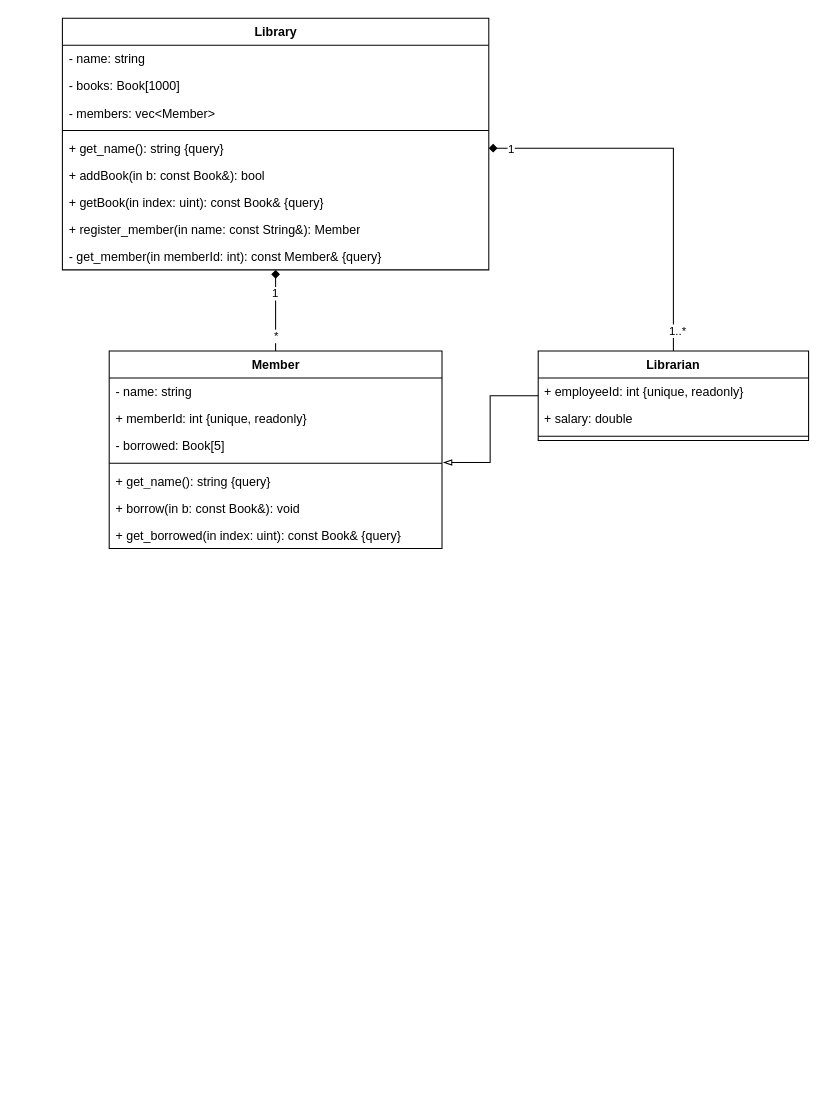
The draw.io diagram courses/coding-in-C++/Lab_3/my_solution/section3.drawio in kataranum/study-code, before the edit. Source tidied: cells renumbered, new cells numbered last; positions are measured from the earlier drawing's top-left corner, leaving out a move shared by most shapes. Both pictures are drawn from the tidied source at 104%, with x=0, y=0 at pixel (61, 18).
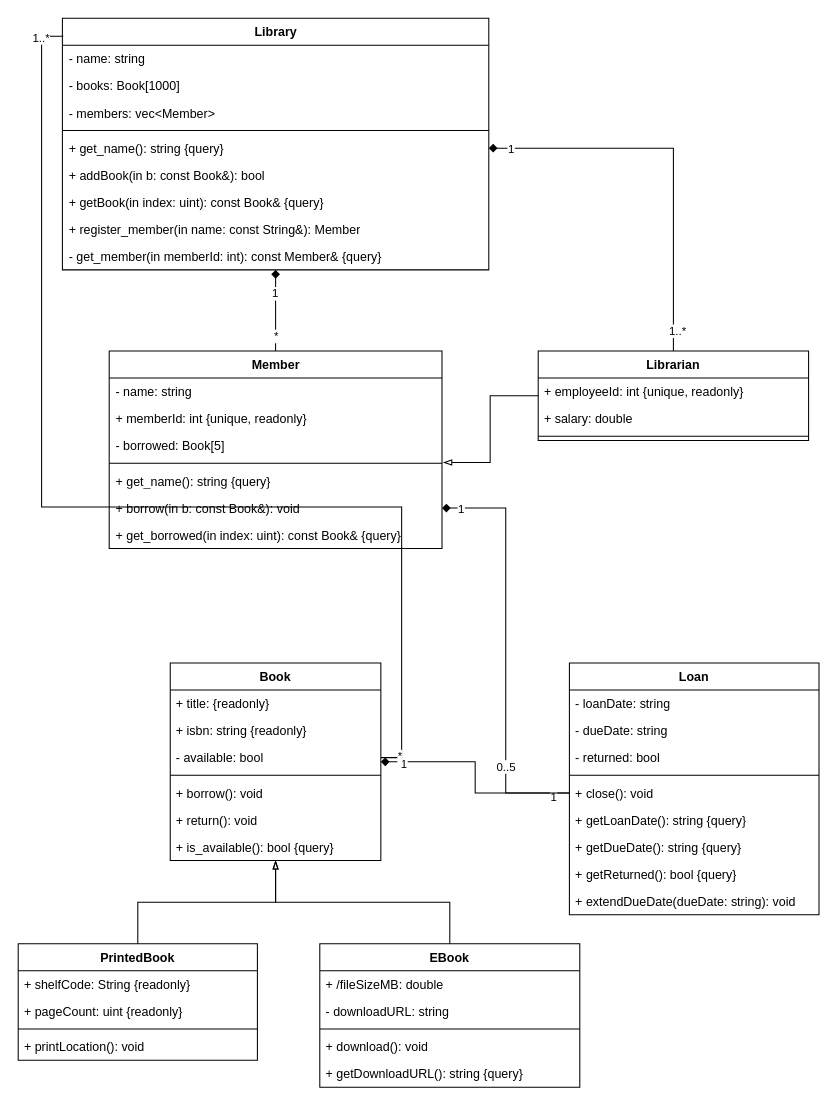
After the change.

The change refers to these unchanged cells:
```xml
<mxCell id="2" value="Library" style="swimlane;fontStyle=1;align=center;verticalAlign=top;horizontal=1;startSize=26;whiteSpace=wrap;html=1;" parent="1" vertex="1">
  <mxGeometry x="0.5" width="410" height="242" as="geometry" />
</mxCell>
<mxCell id="21" value="+ borrow(in b: const Book&amp;amp;): void" style="text;strokeColor=none;fillColor=none;align=left;verticalAlign=top;spacingLeft=4;spacingRight=4;overflow=hidden;points=[[0,0.5],[1,0.5]];portConstraint=eastwest;whiteSpace=wrap;html=1;" parent="15" vertex="1">
  <mxGeometry y="138" width="320" height="26" as="geometry" />
</mxCell>
```

What changed in the source:
```diff
@@
+    <mxCell id="31" value="Book" style="swimlane;fontStyle=1;align=center;verticalAlign=top;horizontal=1;startSize=26;whiteSpace=wrap;html=1;" parent="1" vertex="1">
+      <mxGeometry x="104.2" y="620" width="202.5" height="190" as="geometry" />
+    </mxCell>
+    <mxCell id="32" value="+ title: {readonly}" style="text;strokeColor=none;fillColor=none;align=left;verticalAlign=top;spacingLeft=4;spacingRight=4;overflow=hidden;whiteSpace=wrap;html=1;" parent="31" vertex="1">
+      <mxGeometry y="26" width="202.5" height="26" as="geometry" />
+    </mxCell>
+    <mxCell id="33" value="+ isbn: string {readonly}" style="text;strokeColor=none;fillColor=none;align=left;verticalAlign=top;spacingLeft=4;spacingRight=4;overflow=hidden;whiteSpace=wrap;html=1;" parent="31" vertex="1">
+      <mxGeometry y="52" width="202.5" height="26" as="geometry" />
+    </mxCell>
+    <mxCell id="34" value="- available: bool" style="text;strokeColor=none;fillColor=none;align=left;verticalAlign=top;spacingLeft=4;spacingRight=4;overflow=hidden;points=[[0,0.5],[1,0.5]];portConstraint=eastwest;whiteSpace=wrap;html=1;" parent="31" vertex="1">
+      <mxGeometry y="78" width="202.5" height="26" as="geometry" />
+    </mxCell>
+    <mxCell id="35" style="line;strokeWidth=1;fillColor=none;align=left;verticalAlign=middle;spacingTop=-1;spacingLeft=3;spacingRight=3;labelPosition=right;strokeColor=inherit;" parent="31" vertex="1">
+      <mxGeometry y="104" width="202.5" height="8" as="geometry" />
+    </mxCell>
+    <mxCell id="36" value="+ borrow(): void" style="text;strokeColor=none;fillColor=none;align=left;verticalAlign=top;spacingLeft=4;spacingRight=4;overflow=hidden;whiteSpace=wrap;html=1;" parent="31" vertex="1">
+      <mxGeometry y="112" width="202.5" height="26" as="geometry" />
+    </mxCell>
+    <mxCell id="37" value="+ return(): void" style="text;strokeColor=none;fillColor=none;align=left;verticalAlign=top;spacingLeft=4;spacingRight=4;overflow=hidden;whiteSpace=wrap;html=1;" parent="31" vertex="1">
+      <mxGeometry y="138" width="202.5" height="26" as="geometry" />
+    </mxCell>
+    <mxCell id="38" value="+ is_available(): bool {query}" style="text;strokeColor=none;fillColor=none;align=left;verticalAlign=top;spacingLeft=4;spacingRight=4;overflow=hidden;whiteSpace=wrap;html=1;" parent="31" vertex="1">
+      <mxGeometry y="164" width="202.5" height="26" as="geometry" />
+    </mxCell>
+    <mxCell id="39" style="edgeStyle=orthogonalEdgeStyle;rounded=0;jettySize=auto;html=1;endArrow=blockThin;endFill=0;" parent="1" edge="1" source="40" target="31">
+      <mxGeometry relative="1" as="geometry" />
+    </mxCell>
+    <mxCell id="40" value="PrintedBook" style="swimlane;fontStyle=1;align=center;verticalAlign=top;horizontal=1;startSize=26;whiteSpace=wrap;html=1;" parent="1" vertex="1">
+      <mxGeometry x="-42" y="890" width="230" height="112" as="geometry" />
+    </mxCell>
+    <mxCell id="41" value="+ shelfCode: String {readonly}" style="text;strokeColor=none;fillColor=none;align=left;verticalAlign=top;spacingLeft=4;spacingRight=4;overflow=hidden;whiteSpace=wrap;html=1;" parent="40" vertex="1">
+      <mxGeometry y="26" width="230" height="26" as="geometry" />
+    </mxCell>
+    <mxCell id="42" value="+ pageCount: uint {readonly}" style="text;strokeColor=none;fillColor=none;align=left;verticalAlign=top;spacingLeft=4;spacingRight=4;overflow=hidden;whiteSpace=wrap;html=1;" parent="40" vertex="1">
+      <mxGeometry y="52" width="230" height="26" as="geometry" />
+    </mxCell>
+    <mxCell id="43" style="line;strokeWidth=1;fillColor=none;align=left;verticalAlign=middle;spacingTop=-1;spacingLeft=3;spacingRight=3;labelPosition=right;strokeColor=inherit;" parent="40" vertex="1">
+      <mxGeometry y="78" width="230" height="8" as="geometry" />
+    </mxCell>
+    <mxCell id="44" value="+ printLocation(): void" style="text;strokeColor=none;fillColor=none;align=left;verticalAlign=top;spacingLeft=4;spacingRight=4;overflow=hidden;whiteSpace=wrap;html=1;" parent="40" vertex="1">
+      <mxGeometry y="86" width="230" height="26" as="geometry" />
+    </mxCell>
+    <mxCell id="45" style="edgeStyle=orthogonalEdgeStyle;rounded=0;jettySize=auto;html=1;endArrow=blockThin;endFill=0;" parent="1" edge="1" source="46" target="31">
+      <mxGeometry relative="1" as="geometry" />
+    </mxCell>
+    <mxCell id="46" value="EBook" style="swimlane;fontStyle=1;align=center;verticalAlign=top;horizontal=1;startSize=26;whiteSpace=wrap;html=1;" parent="1" vertex="1">
+      <mxGeometry x="248" y="890" width="250" height="138" as="geometry" />
+    </mxCell>
+    <mxCell id="47" value="+ /fileSizeMB: double" style="text;strokeColor=none;fillColor=none;align=left;verticalAlign=top;spacingLeft=4;spacingRight=4;overflow=hidden;whiteSpace=wrap;html=1;" parent="46" vertex="1">
+      <mxGeometry y="26" width="250" height="26" as="geometry" />
+    </mxCell>
+    <mxCell id="48" value="- downloadURL: string" style="text;strokeColor=none;fillColor=none;align=left;verticalAlign=top;spacingLeft=4;spacingRight=4;overflow=hidden;whiteSpace=wrap;html=1;" parent="46" vertex="1">
+      <mxGeometry y="52" width="250" height="26" as="geometry" />
+    </mxCell>
+    <mxCell id="49" style="line;strokeWidth=1;fillColor=none;align=left;verticalAlign=middle;spacingTop=-1;spacingLeft=3;spacingRight=3;labelPosition=right;strokeColor=inherit;" parent="46" vertex="1">
+      <mxGeometry y="78" width="250" height="8" as="geometry" />
+    </mxCell>
+    <mxCell id="50" value="+ download(): void" style="text;strokeColor=none;fillColor=none;align=left;verticalAlign=top;spacingLeft=4;spacingRight=4;overflow=hidden;whiteSpace=wrap;html=1;" parent="46" vertex="1">
+      <mxGeometry y="86" width="250" height="26" as="geometry" />
+    </mxCell>
+    <mxCell id="51" value="+ getDownloadURL(): string {query}" style="text;strokeColor=none;fillColor=none;align=left;verticalAlign=top;spacingLeft=4;spacingRight=4;overflow=hidden;whiteSpace=wrap;html=1;" parent="46" vertex="1">
+      <mxGeometry y="112" width="250" height="26" as="geometry" />
+    </mxCell>
+    <mxCell id="52" value="Loan" style="swimlane;fontStyle=1;align=center;verticalAlign=top;horizontal=1;startSize=26;whiteSpace=wrap;html=1;" parent="1" vertex="1">
+      <mxGeometry x="488" y="620" width="240" height="242" as="geometry" />
+    </mxCell>
+    <mxCell id="53" value="- loanDate: string" style="text;strokeColor=none;fillColor=none;align=left;verticalAlign=top;spacingLeft=4;spacingRight=4;overflow=hidden;whiteSpace=wrap;html=1;" parent="52" vertex="1">
+      <mxGeometry y="26" width="240" height="26" as="geometry" />
+    </mxCell>
+    <mxCell id="54" value="- dueDate: string" style="text;strokeColor=none;fillColor=none;align=left;verticalAlign=top;spacingLeft=4;spacingRight=4;overflow=hidden;whiteSpace=wrap;html=1;" parent="52" vertex="1">
+      <mxGeometry y="52" width="240" height="26" as="geometry" />
+    </mxCell>
+    <mxCell id="55" value="- returned: bool" style="text;strokeColor=none;fillColor=none;align=left;verticalAlign=top;spacingLeft=4;spacingRight=4;overflow=hidden;whiteSpace=wrap;html=1;" parent="52" vertex="1">
+      <mxGeometry y="78" width="240" height="26" as="geometry" />
+    </mxCell>
+    <mxCell id="56" style="line;strokeWidth=1;fillColor=none;align=left;verticalAlign=middle;spacingTop=-1;spacingLeft=3;spacingRight=3;labelPosition=right;strokeColor=inherit;" parent="52" vertex="1">
+      <mxGeometry y="104" width="240" height="8" as="geometry" />
+    </mxCell>
+    <mxCell id="57" value="+ close(): void" style="text;strokeColor=none;fillColor=none;align=left;verticalAlign=top;spacingLeft=4;spacingRight=4;overflow=hidden;points=[[0,0.5],[1,0.5]];portConstraint=eastwest;whiteSpace=wrap;html=1;" parent="52" vertex="1">
+      <mxGeometry y="112" width="240" height="26" as="geometry" />
+    </mxCell>
+    <mxCell id="58" value="+ getLoanDate(): string {query}" style="text;strokeColor=none;fillColor=none;align=left;verticalAlign=top;spacingLeft=4;spacingRight=4;overflow=hidden;whiteSpace=wrap;html=1;" parent="52" vertex="1">
+      <mxGeometry y="138" width="240" height="26" as="geometry" />
+    </mxCell>
+    <mxCell id="59" value="+ getDueDate(): string {query}" style="text;strokeColor=none;fillColor=none;align=left;verticalAlign=top;spacingLeft=4;spacingRight=4;overflow=hidden;whiteSpace=wrap;html=1;" parent="52" vertex="1">
+      <mxGeometry y="164" width="240" height="26" as="geometry" />
+    </mxCell>
+    <mxCell id="60" value="+ getReturned(): bool {query}" style="text;strokeColor=none;fillColor=none;align=left;verticalAlign=top;spacingLeft=4;spacingRight=4;overflow=hidden;whiteSpace=wrap;html=1;" parent="52" vertex="1">
+      <mxGeometry y="190" width="240" height="26" as="geometry" />
+    </mxCell>
+    <mxCell id="61" value="+ extendDueDate(dueDate: string): void" style="text;strokeColor=none;fillColor=none;align=left;verticalAlign=top;spacingLeft=4;spacingRight=4;overflow=hidden;whiteSpace=wrap;html=1;" parent="52" vertex="1">
+      <mxGeometry y="216" width="240" height="26" as="geometry" />
+    </mxCell>
+    <mxCell id="62" style="edgeStyle=orthogonalEdgeStyle;rounded=0;jettySize=auto;html=1;endArrow=diamond;endFill=1;" parent="1" edge="1" source="57" target="31">
+      <mxGeometry relative="1" as="geometry" />
+    </mxCell>
+    <mxCell id="63" value="1" style="edgeLabel;html=1;align=center;verticalAlign=middle;" parent="62" vertex="1">
+      <mxGeometry x="0.8" y="1" relative="1" as="geometry" />
+    </mxCell>
+    <mxCell id="64" value="1" style="edgeLabel;html=1;align=center;verticalAlign=middle;" parent="62" vertex="1">
+      <mxGeometry x="-0.85" y="3" relative="1" as="geometry" />
+    </mxCell>
+    <mxCell id="65" style="edgeStyle=orthogonalEdgeStyle;rounded=0;jettySize=auto;html=1;entryX=1;entryY=0.5;entryDx=0;entryDy=0;endArrow=diamond;endFill=1;" parent="1" edge="1" source="57" target="21">
+      <mxGeometry relative="1" as="geometry" />
+    </mxCell>
+    <mxCell id="66" value="0..5" style="edgeLabel;html=1;align=center;verticalAlign=middle;" parent="65" vertex="1">
+      <mxGeometry x="-0.56" relative="1" as="geometry" />
+    </mxCell>
+    <mxCell id="67" value="1" style="edgeLabel;html=1;align=center;verticalAlign=middle;" parent="65" vertex="1">
+      <mxGeometry x="0.91" relative="1" as="geometry" />
+    </mxCell>
+    <mxCell id="68" style="edgeStyle=orthogonalEdgeStyle;rounded=0;jettySize=auto;html=1;entryX=0.002;entryY=0.072;entryDx=0;entryDy=0;entryPerimeter=0;endArrow=none;endFill=0;" parent="1" edge="1" source="34" target="2">
+      <mxGeometry relative="1" as="geometry" />
+    </mxCell>
+    <mxCell id="69" value="1..*" style="edgeLabel;html=1;align=center;verticalAlign=middle;" parent="68" vertex="1">
+      <mxGeometry x="0.96" y="1" relative="1" as="geometry" />
+    </mxCell>
+    <mxCell id="70" value="*" style="edgeLabel;html=1;align=center;verticalAlign=middle;" parent="68" vertex="1">
+      <mxGeometry x="-0.96" y="2" relative="1" as="geometry" />
+    </mxCell>
```
